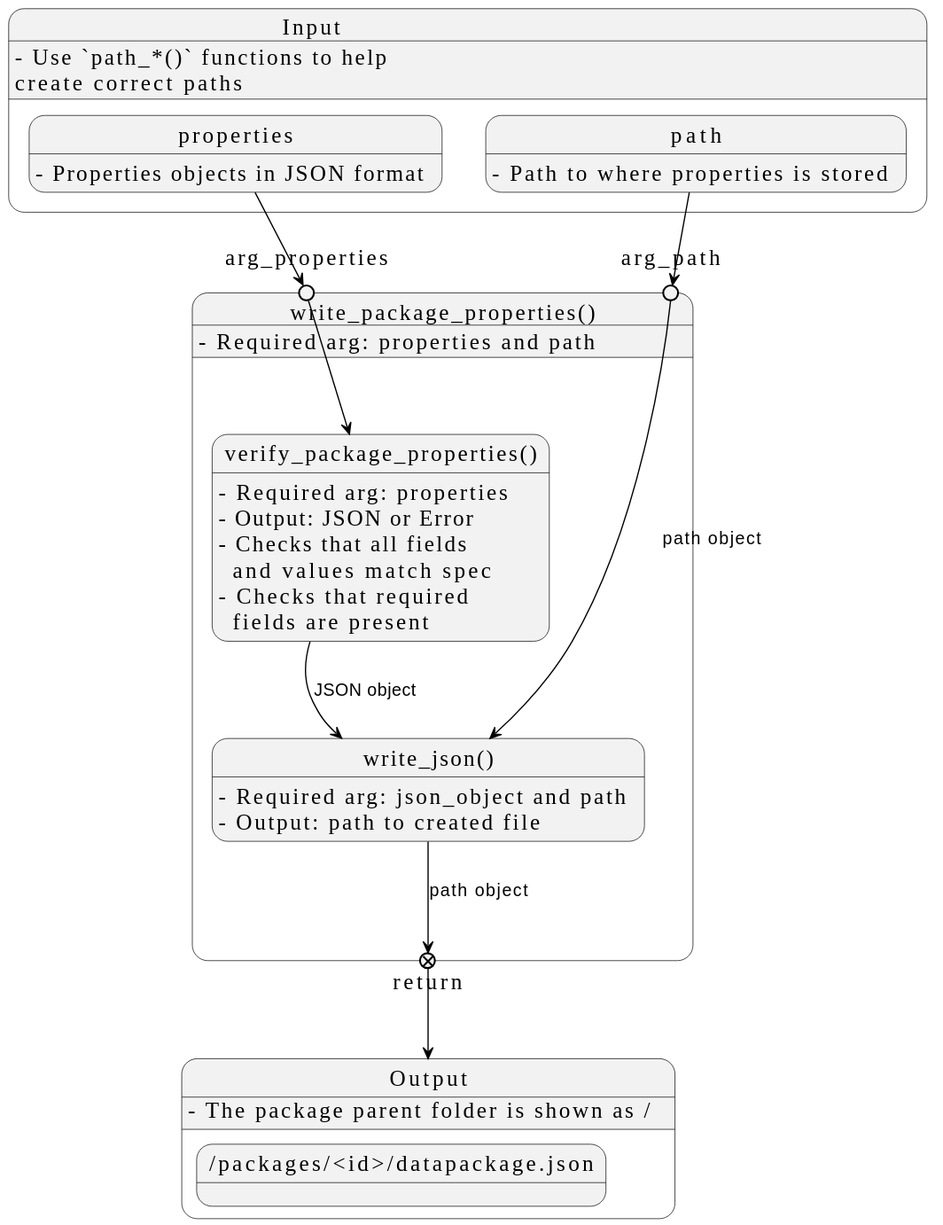
The PlantUML diagram docs/design/interface/images/core/write-package-properties.svg in seedcase-project/seedcase-sprout, before a commit. The source it was exported from:
```plantuml
@startuml
!theme seedcase from https://raw.githubusercontent.com/seedcase-project/seedcase-theme/main

state "Input" as input {
  input: - Use `path_*()` functions to help\ncreate correct paths
  properties : - Properties objects in JSON format
  path : - Path to where properties is stored
}

state "Output" as output {
  output : - The package parent folder is shown as /
  state "/packages/<id>/datapackage.json" as properties_file
}

state "write_package_properties()" as wpp {
  wpp : - Required arg: properties and path

  state arg_path <<entryPoint>>
  state arg_properties <<entryPoint>>
  properties --> arg_properties
  path --> arg_path

  state "verify_package_properties()" as vpp
  vpp : - Required arg: properties
  vpp : - Output: JSON or Error
  vpp : - Checks that all fields\n  and values match spec
  vpp : - Checks that required\n  fields are present
  arg_properties --> vpp

  state "write_json()" as wj
  wj : - Required arg: json_object and path
  wj : - Output: path to created file
  vpp --> wj : JSON object
  arg_path --> wj : path object

  state return <<exitPoint>>
  wj --> return : path object
  return --> output
}
@enduml
```
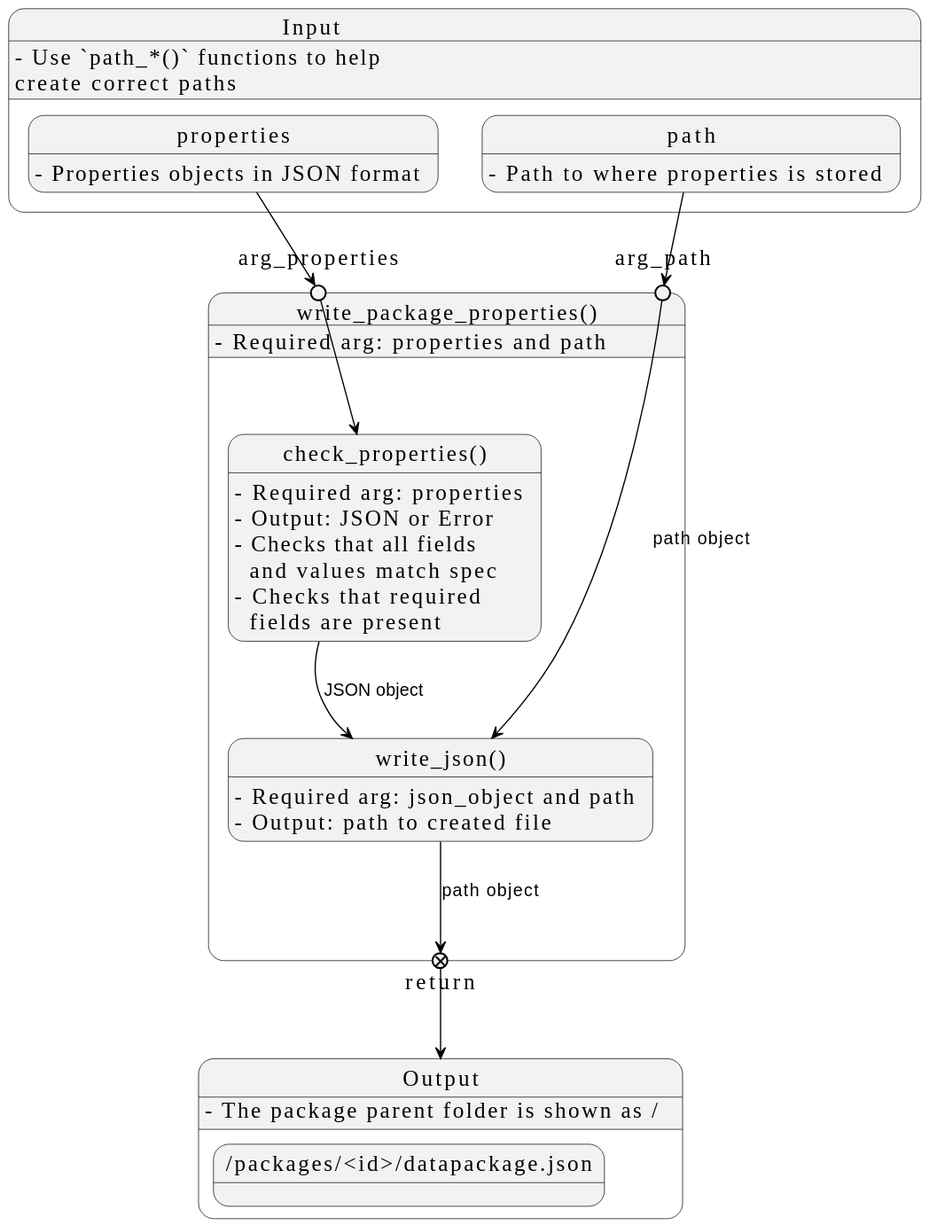
The same diagram one commit later.

Commit message:
feat: :sparkles: add write_package_properties

What changed in the source:
```diff
@@ -20,17 +20,17 @@
   properties --> arg_properties
   path --> arg_path
 
-  state "verify_package_properties()" as vpp
-  vpp : - Required arg: properties
-  vpp : - Output: JSON or Error
-  vpp : - Checks that all fields\n  and values match spec
-  vpp : - Checks that required\n  fields are present
-  arg_properties --> vpp
+  state "check_properties()" as cp
+  cp : - Required arg: properties
+  cp : - Output: JSON or Error
+  cp : - Checks that all fields\n  and values match spec
+  cp : - Checks that required\n  fields are present
+  arg_properties --> cp
 
   state "write_json()" as wj
   wj : - Required arg: json_object and path
   wj : - Output: path to created file
-  vpp --> wj : JSON object
+  cp --> wj : JSON object
   arg_path --> wj : path object
 
   state return <<exitPoint>>
```
